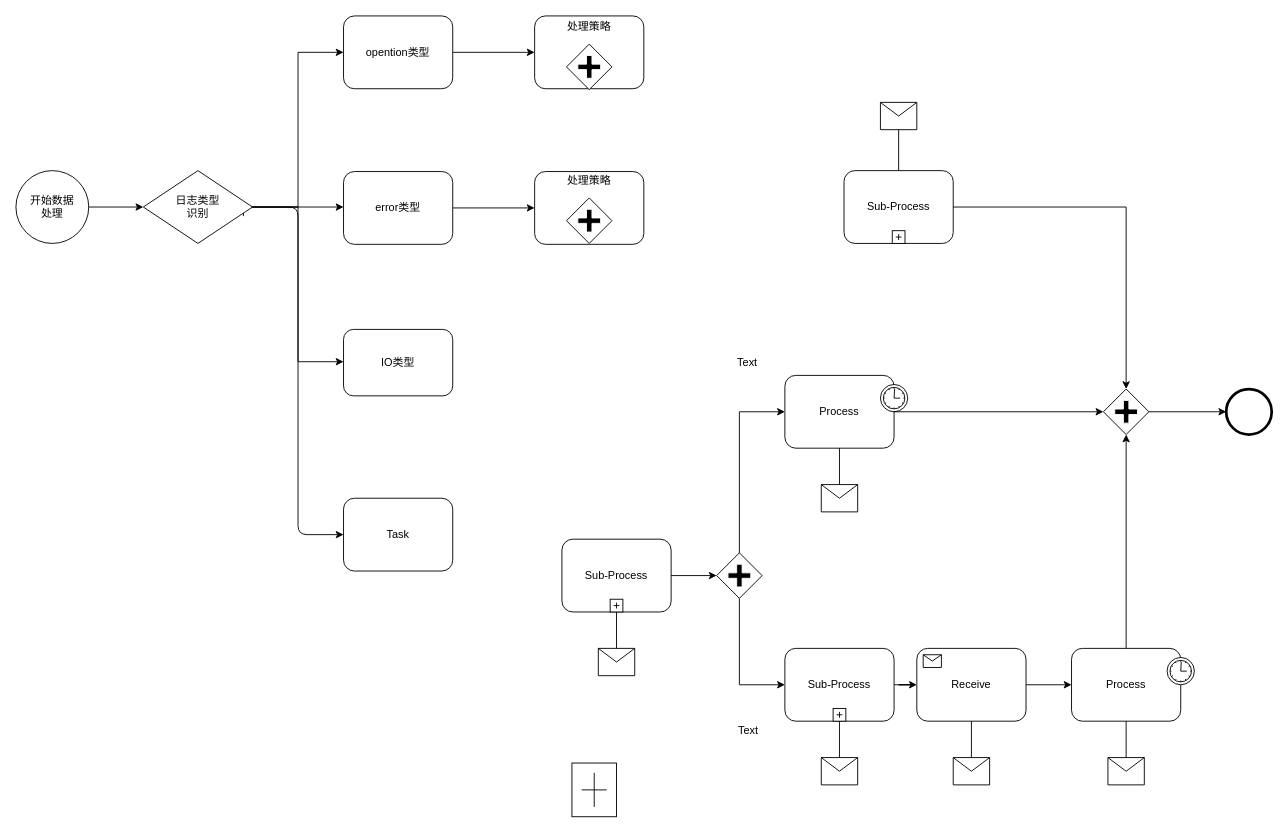
xu4877/robert keeps this draw.io diagram as 数据分析流程.drawio. Above is the earlier version. Source tidied: cells renumbered, new cells numbered last; positions are measured from the earlier drawing's top-left corner, leaving out a move shared by most shapes. Both pictures are drawn from the tidied source at 91%, with x=0, y=0 at pixel (15, 15).
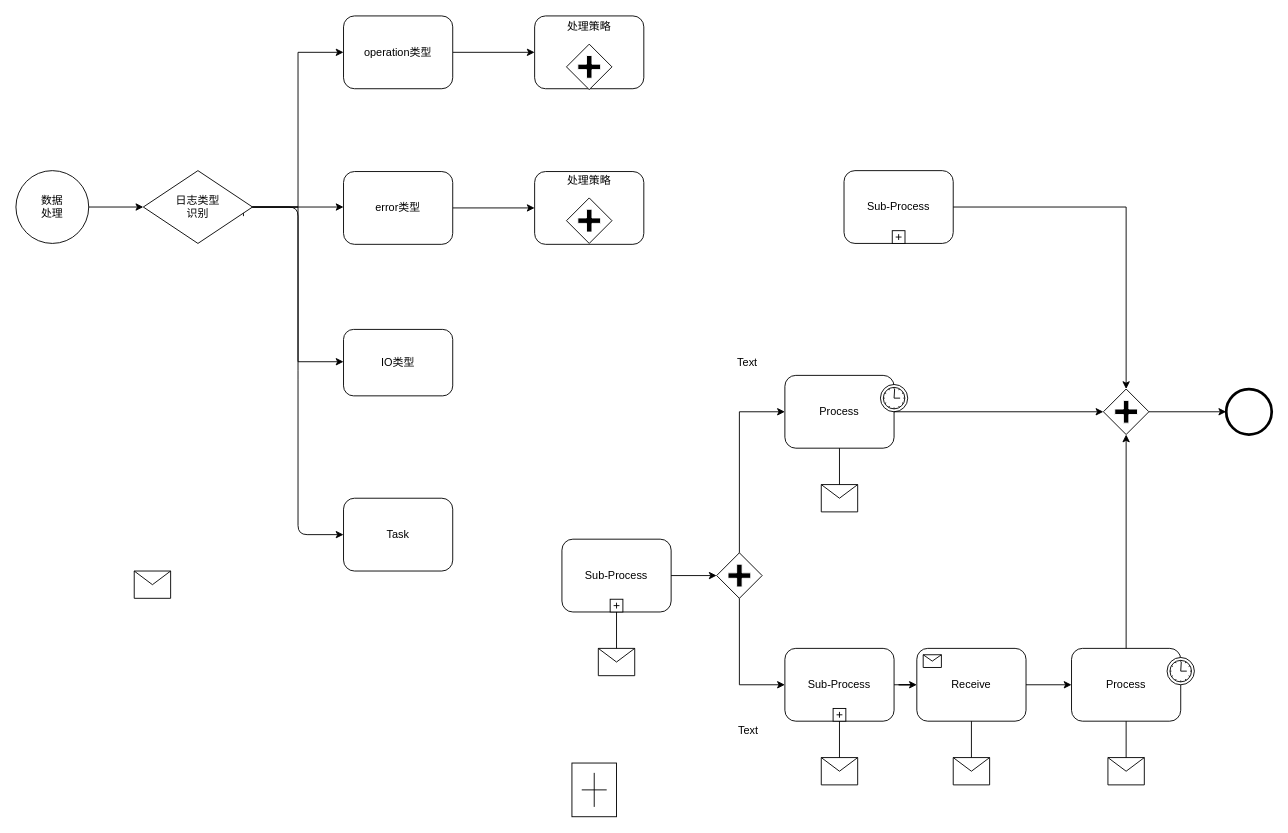
The same diagram, later.

Commit message:
Update 数据分析流程.drawio

The change refers to these unchanged cells:
```xml
<mxCell id="7" value="Sub-Process" style="html=1;whiteSpace=wrap;rounded=1;" parent="1" vertex="1">
  <mxGeometry x="910" y="170" width="120" height="80" as="geometry" />
</mxCell>
```

The edit, as a diff of the source:
```diff
@@
     <mxCell id="19" style="shape=message;whiteSpace=wrap;html=1;" parent="1" vertex="1">
-      <mxGeometry x="950" y="95" width="40" height="30" as="geometry" />
+      <mxGeometry x="130" y="610" width="40" height="30" as="geometry" />
     </mxCell>
@@
-    <mxCell id="28" style="edgeStyle=orthogonalEdgeStyle;rounded=0;html=1;jettySize=auto;endArrow=none;endFill=0;" parent="1" edge="1" source="19" target="7">
-      <mxGeometry relative="1" as="geometry" />
-    </mxCell>
@@
-    <mxCell id="45" value="开始数据&lt;br&gt;处理" style="ellipse;whiteSpace=wrap;html=1;" parent="1" vertex="1">
+    <mxCell id="45" value="数据&lt;br&gt;处理" style="ellipse;whiteSpace=wrap;html=1;" parent="1" vertex="1">
       <mxGeometry y="170" width="80" height="80" as="geometry" />
     </mxCell>
@@
-    <mxCell id="52" value="opention类型" style="shape=ext;rounded=1;html=1;whiteSpace=wrap;" parent="1" vertex="1">
+    <mxCell id="52" value="operation类型" style="shape=ext;rounded=1;html=1;whiteSpace=wrap;" parent="1" vertex="1">
       <mxGeometry x="360" width="120" height="80" as="geometry" />
     </mxCell>
```
